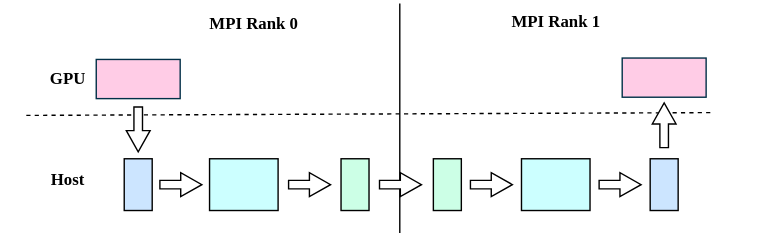
Earlier version of the draw.io export img/ch-mpi-large-model/mpi-wo-gpu-direct.svg (godaai/scale-py-zh). Source tidied: cells renumbered, new cells last; positions are measured from the earlier drawing's top-left corner, leaving out a move shared by most shapes.
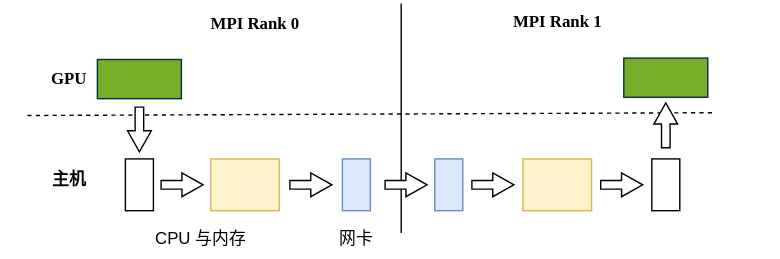
The same file after the commit.

Diff of the diagram source:
```diff
@@ -17,7 +17,7 @@
         <mxPoint x="286" y="2" as="targetPoint" />
       </mxGeometry>
     </mxCell>
-    <mxCell id="6" style="rounded=0;whiteSpace=wrap;html=1;fillColor=#FFCCE6;strokeColor=#023047;fontFamily=Times New Roman;fontColor=#99CCFF;" parent="1" vertex="1">
+    <mxCell id="6" style="rounded=0;whiteSpace=wrap;html=1;fillColor=#79AC27;strokeColor=#023047;fontFamily=Times New Roman;fontColor=#99CCFF;" parent="1" vertex="1">
       <mxGeometry x="69" y="42" width="60" height="28" as="geometry" />
     </mxCell>
     <mxCell id="7" value="&lt;b&gt;&lt;font&gt;GPU&lt;/font&gt;&lt;/b&gt;" style="text;html=1;align=center;verticalAlign=middle;whiteSpace=wrap;rounded=0;fontFamily=Times New Roman;" parent="1" vertex="1">
@@ -29,28 +29,28 @@
         <mxPoint x="511" y="80" as="targetPoint" />
       </mxGeometry>
     </mxCell>
-    <mxCell id="9" value="&lt;font&gt;&lt;b&gt;Host&lt;/b&gt;&lt;/font&gt;" style="text;html=1;align=center;verticalAlign=middle;whiteSpace=wrap;rounded=0;fontFamily=Times New Roman;" parent="1" vertex="1">
+    <mxCell id="9" value="&lt;b&gt;主机&lt;/b&gt;" style="text;html=1;align=center;verticalAlign=middle;whiteSpace=wrap;rounded=0;fontFamily=Times New Roman;" parent="1" vertex="1">
       <mxGeometry x="19" y="113" width="60" height="30" as="geometry" />
     </mxCell>
-    <mxCell id="10" style="rounded=0;whiteSpace=wrap;html=1;fillColor=#CCE5FF;strokeColor=#000000;fontFamily=Times New Roman;" parent="1" vertex="1">
+    <mxCell id="10" style="rounded=0;whiteSpace=wrap;html=1;fontFamily=Times New Roman;" parent="1" vertex="1">
       <mxGeometry x="89" y="113" width="20" height="37" as="geometry" />
     </mxCell>
-    <mxCell id="11" style="rounded=0;whiteSpace=wrap;html=1;fillColor=#CCFFFF;strokeColor=#000000;fontFamily=Times New Roman;" parent="1" vertex="1">
+    <mxCell id="11" style="rounded=0;whiteSpace=wrap;html=1;fillColor=#fff2cc;strokeColor=#d6b656;fontFamily=Times New Roman;" parent="1" vertex="1">
       <mxGeometry x="150" y="113" width="49" height="37" as="geometry" />
     </mxCell>
-    <mxCell id="12" style="rounded=0;whiteSpace=wrap;html=1;fillColor=#CCFFE6;strokeColor=#000000;fontFamily=Times New Roman;" parent="1" vertex="1">
+    <mxCell id="12" style="rounded=0;whiteSpace=wrap;html=1;fontFamily=Times New Roman;fillColor=#dae8fc;strokeColor=#6c8ebf;" parent="1" vertex="1">
       <mxGeometry x="244" y="113" width="20" height="37" as="geometry" />
     </mxCell>
-    <mxCell id="13" style="rounded=0;whiteSpace=wrap;html=1;fillColor=#CCFFE6;strokeColor=#000000;fontFamily=Times New Roman;" parent="1" vertex="1">
+    <mxCell id="13" style="rounded=0;whiteSpace=wrap;html=1;fontFamily=Times New Roman;fillColor=#dae8fc;strokeColor=#6c8ebf;" parent="1" vertex="1">
       <mxGeometry x="310" y="113" width="20" height="37" as="geometry" />
     </mxCell>
-    <mxCell id="14" style="rounded=0;whiteSpace=wrap;html=1;fillColor=#CCFFFF;strokeColor=#000000;fontFamily=Times New Roman;" parent="1" vertex="1">
+    <mxCell id="14" style="rounded=0;whiteSpace=wrap;html=1;fillColor=#fff2cc;strokeColor=#d6b656;fontFamily=Times New Roman;" parent="1" vertex="1">
       <mxGeometry x="373" y="113" width="49" height="37" as="geometry" />
     </mxCell>
-    <mxCell id="15" style="rounded=0;whiteSpace=wrap;html=1;fillColor=#CCE5FF;strokeColor=#000000;fontFamily=Times New Roman;" parent="1" vertex="1">
+    <mxCell id="15" style="rounded=0;whiteSpace=wrap;html=1;fontFamily=Times New Roman;" parent="1" vertex="1">
       <mxGeometry x="465" y="113" width="20" height="37" as="geometry" />
     </mxCell>
-    <mxCell id="16" style="rounded=0;whiteSpace=wrap;html=1;fillColor=#FFCCE6;strokeColor=#023047;fontFamily=Times New Roman;" parent="1" vertex="1">
+    <mxCell id="16" style="rounded=0;whiteSpace=wrap;html=1;fillColor=#79AC27;strokeColor=#023047;fontFamily=Times New Roman;" parent="1" vertex="1">
       <mxGeometry x="445" y="41" width="60" height="28" as="geometry" />
     </mxCell>
     <mxCell id="17" style="html=1;shadow=0;dashed=0;align=center;verticalAlign=middle;shape=mxgraph.arrows2.arrow;dy=0.64;dx=15.11;direction=north;notch=0;fillColor=#FFFFFF;" parent="1" vertex="1">
@@ -66,7 +66,7 @@
       <mxGeometry x="213" y="116.5" width="17" height="30" as="geometry" />
     </mxCell>
     <mxCell id="21" style="html=1;shadow=0;dashed=0;align=center;verticalAlign=middle;shape=mxgraph.arrows2.arrow;dy=0.64;dx=15.11;direction=north;notch=0;rotation=90;fillColor=#FFFFFF;" parent="1" vertex="1">
-      <mxGeometry x="278" y="116.5" width="17" height="30" as="geometry" />
+      <mxGeometry x="281" y="116.5" width="17" height="30" as="geometry" />
     </mxCell>
     <mxCell id="22" style="html=1;shadow=0;dashed=0;align=center;verticalAlign=middle;shape=mxgraph.arrows2.arrow;dy=0.64;dx=15.11;direction=north;notch=0;rotation=90;fillColor=#FFFFFF;" parent="1" vertex="1">
       <mxGeometry x="435" y="116.5" width="17" height="30" as="geometry" />
@@ -74,5 +74,11 @@
     <mxCell id="23" style="html=1;shadow=0;dashed=0;align=center;verticalAlign=middle;shape=mxgraph.arrows2.arrow;dy=0.64;dx=15.11;direction=north;notch=0;rotation=90;fillColor=#FFFFFF;" parent="1" vertex="1">
       <mxGeometry x="343" y="116.5" width="17" height="30" as="geometry" />
     </mxCell>
+    <mxCell id="24" value="CPU 与内存" style="text;html=1;strokeColor=none;fillColor=none;align=center;verticalAlign=middle;whiteSpace=wrap;rounded=0;" parent="1" vertex="1">
+      <mxGeometry x="108" y="155" width="70" height="30" as="geometry" />
+    </mxCell>
+    <mxCell id="25" value="网卡" style="text;html=1;strokeColor=none;fillColor=none;align=center;verticalAlign=middle;whiteSpace=wrap;rounded=0;" parent="1" vertex="1">
+      <mxGeometry x="232" y="155" width="44" height="30" as="geometry" />
+    </mxCell>
   </root>
 </mxGraphModel>
```
